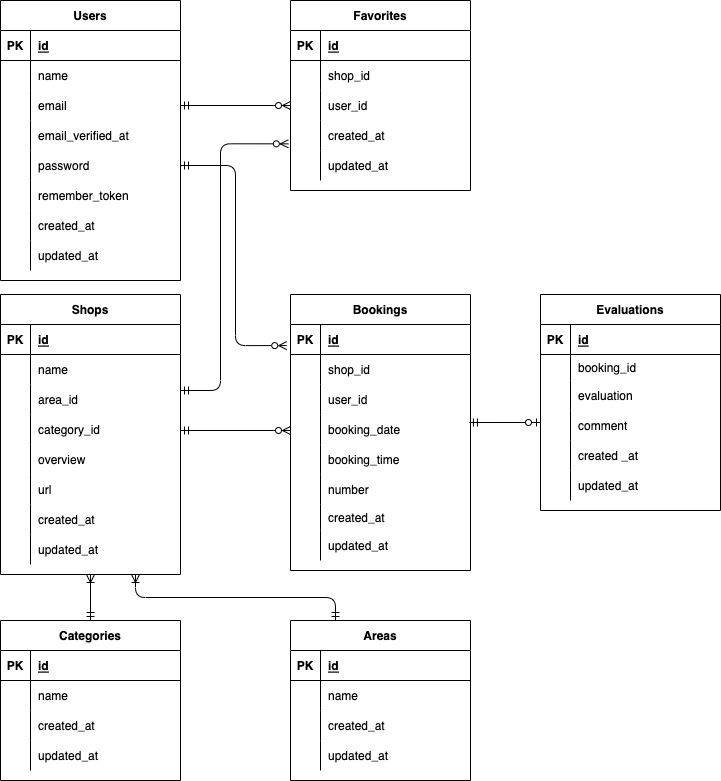
Earlier version of the draw.io export ER.drawio.png (jing-bay/rese.nihira). Source tidied: cells renumbered, new cells last; positions are measured from the earlier drawing's top-left corner, leaving out a move shared by most shapes.
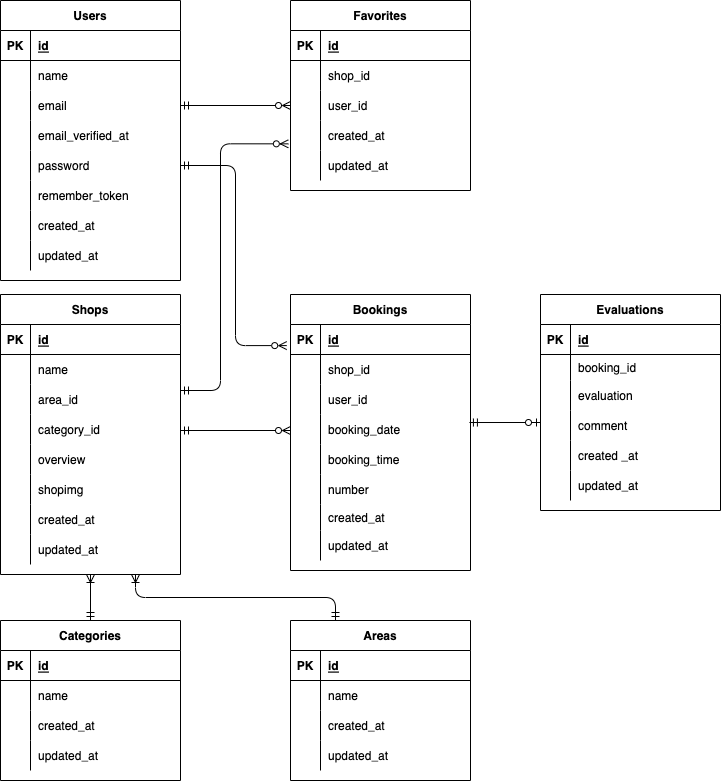
After the change.

What changed in the source:
```diff
@@ -131,7 +131,7 @@
     <mxCell id="44" style="shape=partialRectangle;fillColor=none;top=0;left=0;bottom=0;right=0;overflow=hidden;" parent="43" vertex="1">
       <mxGeometry width="30" height="30" as="geometry" />
     </mxCell>
-    <mxCell id="45" value="url" style="shape=partialRectangle;fillColor=none;top=0;left=0;bottom=0;right=0;align=left;spacingLeft=6;overflow=hidden;" parent="43" vertex="1">
+    <mxCell id="45" value="shopimg" style="shape=partialRectangle;fillColor=none;top=0;left=0;bottom=0;right=0;align=left;spacingLeft=6;overflow=hidden;" parent="43" vertex="1">
       <mxGeometry x="30" width="150" height="30" as="geometry" />
     </mxCell>
     <mxCell id="46" style="shape=partialRectangle;fillColor=none;top=0;left=0;bottom=0;right=0;" parent="27" vertex="1">
```
